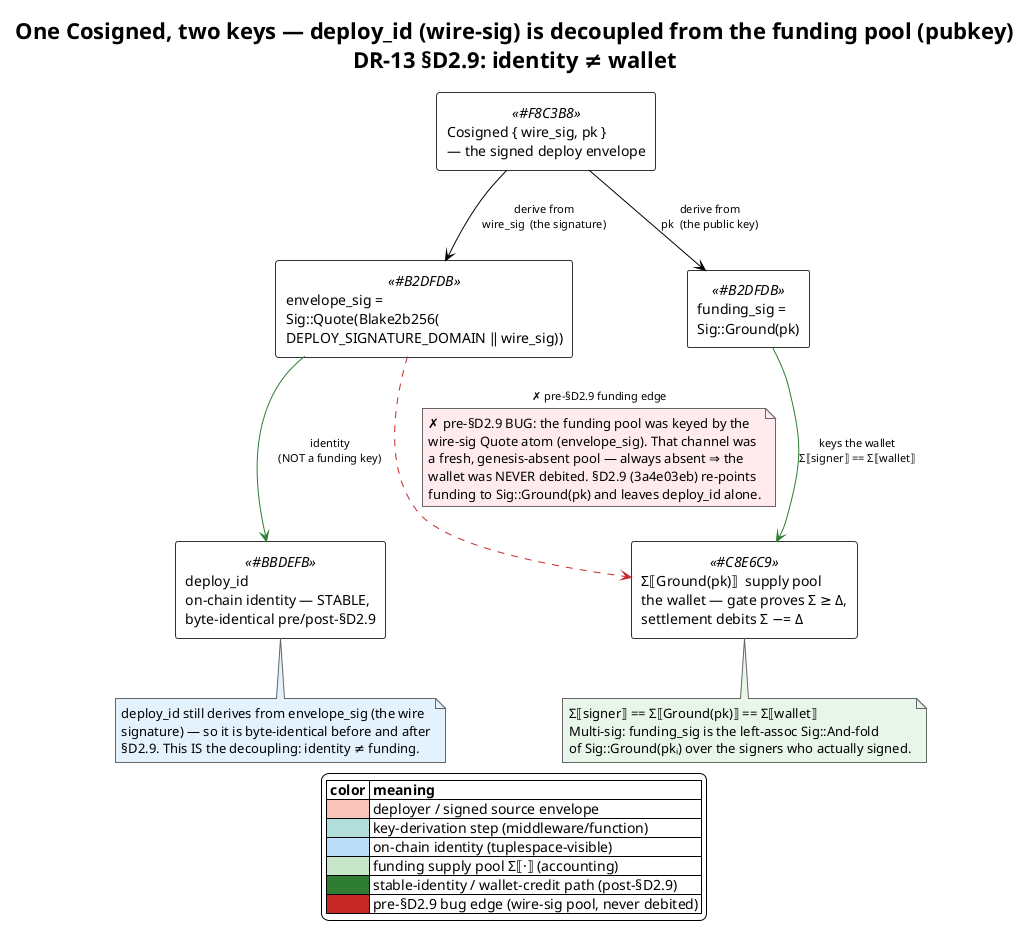
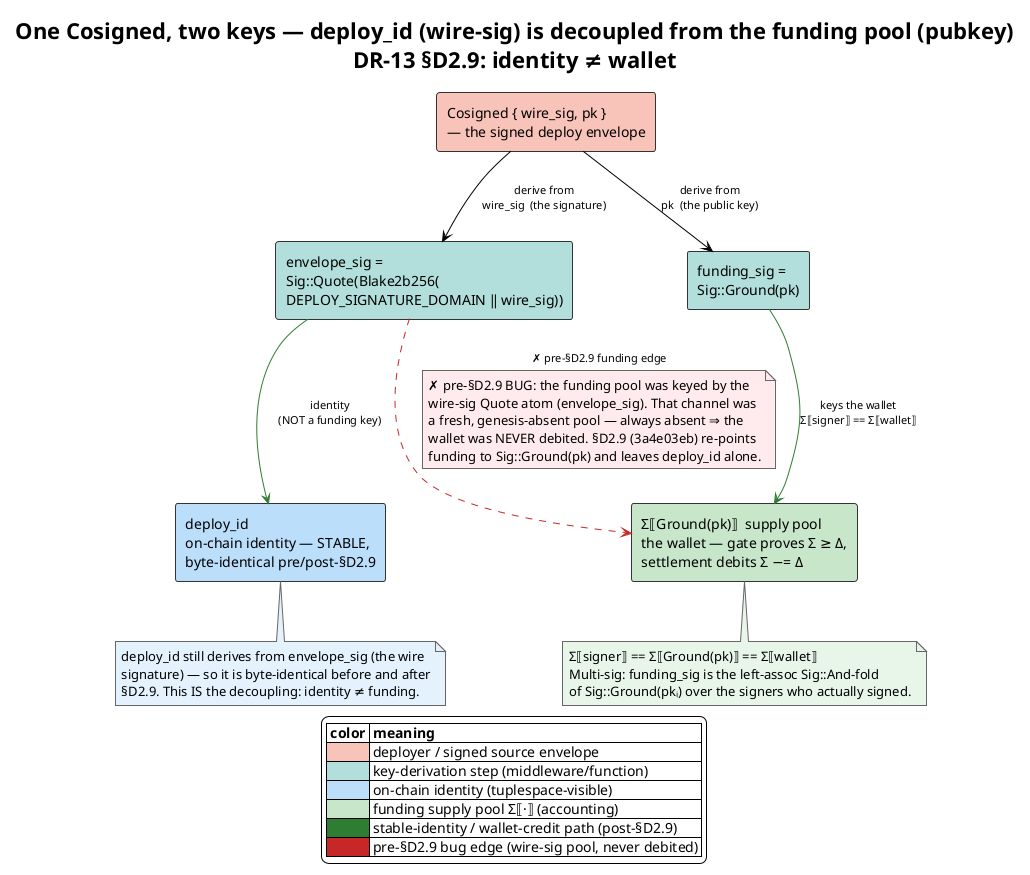
' Deploy-id / funding-key decoupling (DR-13 §D2.9) — one Cosigned envelope, two
' derived keys: the wire signature drives the on-chain deploy_id (STABLE,
' byte-identical pre/post-§D2.9), while the signer's public key drives the
' funding supply pool Σ⟦Ground(pk)⟧. The pre-§D2.9 bug routed the funding pool
' off the wire signature, so the pool was a fresh genesis-absent channel that
' was never debited.
'
' Source of truth: docs/theory/cost-accounting-impl/d2-9-funding-flow.md
'                  (DR-13 §D2.9 refinement; cost-accounting-decision-records.md:369-383).
' Palette:  deployer/source=salmon #F8C3B8 · derivation/middleware=teal #B2DFDB
'           on-chain identity / tuplespace=blue #BBDEFB · supply pool=mint #C8E6C9
'   arrows: stable-identity/credit path=green #2E7D32 · pre-§D2.9 bug edge=red-dashed #C62828
' Render:  plantuml -tsvg docs/theory/diagrams/deploy-id-funding-decoupling.puml

@startuml deploy-id-funding-decoupling
!theme plain
skinparam defaultFontName "sans-serif"
skinparam componentStyle rectangle
skinparam shadowing false
skinparam ArrowFontSize 11
skinparam component {
  BorderColor #333333
}
skinparam NoteBackgroundColor #FFF8E1
skinparam NoteBorderColor     #666666
title One Cosigned, two keys — deploy_id (wire-sig) is decoupled from the funding pool (pubkey)\nDR-13 §D2.9: identity ≠ wallet

- component "Cosigned { wire_sig, pk }\n— the signed deploy envelope" <<#F8C3B8>> as SRC
+ component "Cosigned { wire_sig, pk }\n— the signed deploy envelope" as SRC #F8C3B8

- component "envelope_sig =\nSig::Quote(Blake2b256(\nDEPLOY_SIGNATURE_DOMAIN ‖ wire_sig))" <<#B2DFDB>> as ENV
- component "funding_sig =\nSig::Ground(pk)" <<#B2DFDB>> as FUND
+ component "envelope_sig =\nSig::Quote(Blake2b256(\nDEPLOY_SIGNATURE_DOMAIN ‖ wire_sig))" as ENV #B2DFDB
+ component "funding_sig =\nSig::Ground(pk)" as FUND #B2DFDB

- component "deploy_id\non-chain identity — STABLE,\nbyte-identical pre/post-§D2.9" <<#BBDEFB>> as DID
- component "Σ⟦Ground(pk)⟧  supply pool\nthe wallet — gate proves Σ ≥ Δ,\nsettlement debits Σ −= Δ" <<#C8E6C9>> as POOL
+ component "deploy_id\non-chain identity — STABLE,\nbyte-identical pre/post-§D2.9" as DID #BBDEFB
+ component "Σ⟦Ground(pk)⟧  supply pool\nthe wallet — gate proves Σ ≥ Δ,\nsettlement debits Σ −= Δ" as POOL #C8E6C9

' Fan-out: one Cosigned derives two independent keys.
SRC --> ENV  : derive from\nwire_sig  (the signature)
SRC --> FUND : derive from\npk  (the public key)

' Post-§D2.9 wiring: each derived key feeds its OWN sink.
ENV  -[#2E7D32]-> DID   : identity\n(NOT a funding key)
FUND -[#2E7D32]-> POOL  : keys the wallet\nΣ⟦signer⟧ == Σ⟦wallet⟧

' Pre-§D2.9 bug: the funding pool was keyed off the wire-sig Quote atom.
ENV .[#C62828].> POOL : ✗ pre-§D2.9 funding edge
note on link #FFEBEE
  ✗ pre-§D2.9 BUG: the funding pool was keyed by the
  wire-sig Quote atom (envelope_sig). That channel was
  a fresh, genesis-absent pool — always absent ⇒ the
  wallet was NEVER debited. §D2.9 (3a4e03eb) re-points
  funding to Sig::Ground(pk) and leaves deploy_id alone.
end note

note bottom of POOL #E8F5E9
  Σ⟦signer⟧ == Σ⟦Ground(pk)⟧ == Σ⟦wallet⟧
  Multi-sig: funding_sig is the left-assoc Sig::And-fold
  of Sig::Ground(pkᵢ) over the signers who actually signed.
end note

note bottom of DID #E3F2FD
  deploy_id still derives from envelope_sig (the wire
  signature) — so it is byte-identical before and after
  §D2.9. This IS the decoupling: identity ≠ funding.
end note

legend bottom
  |= color |= meaning |
  |<#F8C3B8>| deployer / signed source envelope |
  |<#B2DFDB>| key-derivation step (middleware/function) |
  |<#BBDEFB>| on-chain identity (tuplespace-visible) |
  |<#C8E6C9>| funding supply pool Σ⟦·⟧ (accounting) |
  |<#2E7D32>| stable-identity / wallet-credit path (post-§D2.9) |
  |<#C62828>| pre-§D2.9 bug edge (wire-sig pool, never debited) |
endlegend

@enduml
